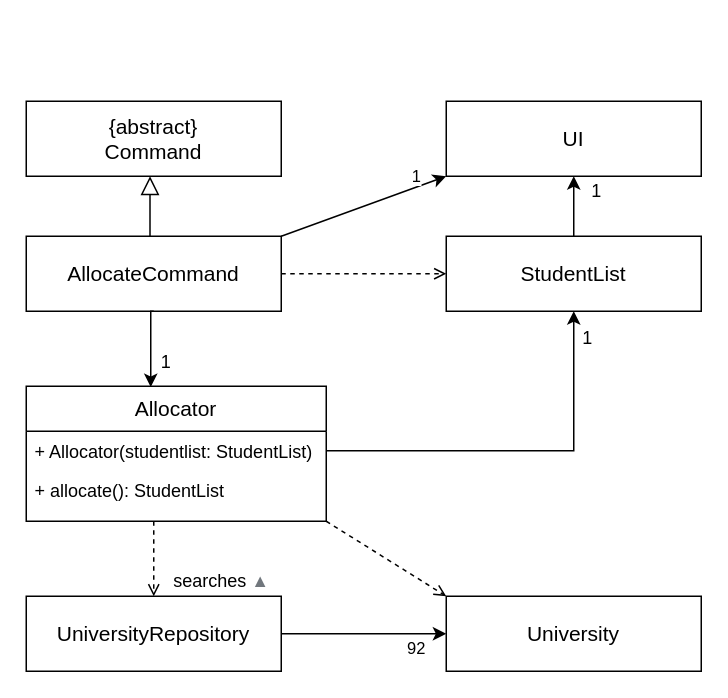
This is docs/UML_Diagrams/AllocatorClass.drawio from paulktham/tp, a draw.io file, before an edit. Source tidied: cells renumbered, new cells numbered last; positions are measured from the earlier drawing's top-left corner, leaving out a move shared by most shapes. Both pictures are drawn from the tidied source at 150%, with x=0, y=0 at pixel (26, 100).
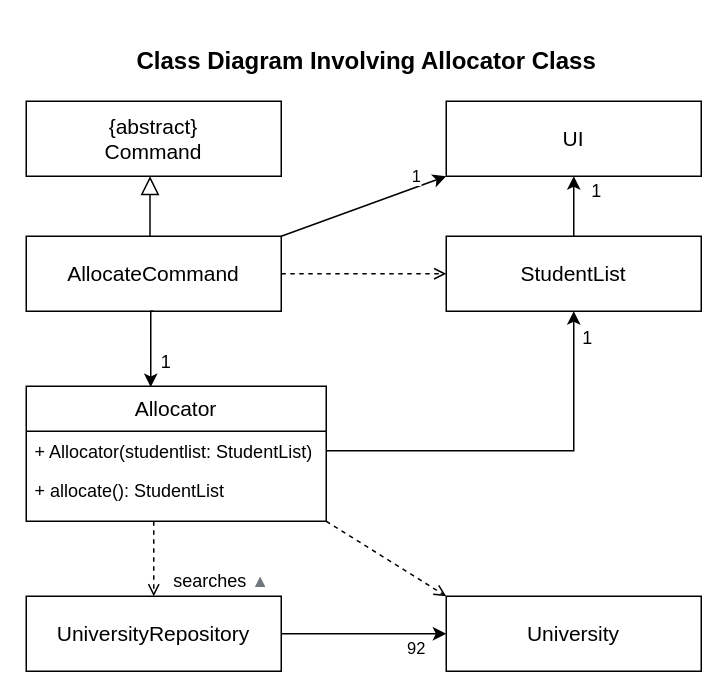
The same diagram, later.

Diff of the diagram source:
```diff
@@
+    <mxCell id="20" value="&lt;h1 style=&quot;margin-top: 0px;&quot;&gt;&lt;font style=&quot;font-size: 16px;&quot;&gt;Class Diagram Involving Allocator Class&lt;/font&gt;&lt;/h1&gt;" style="text;html=1;whiteSpace=wrap;overflow=hidden;rounded=0;" parent="1" vertex="1">
+      <mxGeometry x="72" y="-50" width="310" height="40" as="geometry" />
+    </mxCell>
```
